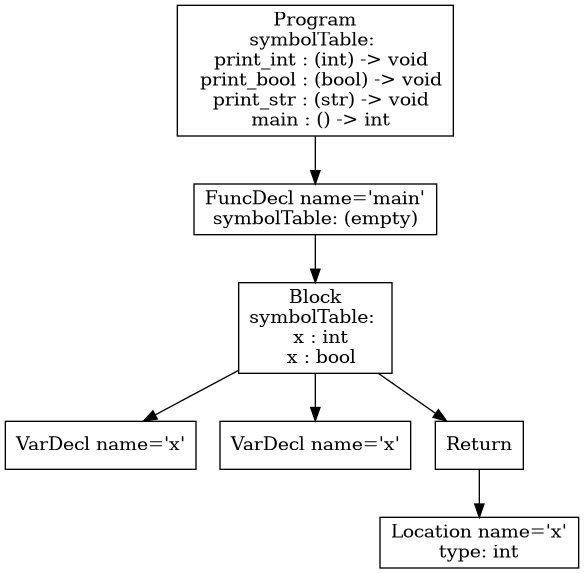
atrim11/CS432 keeps this Graphviz diagram as p3-analysis/tree.png. Above is the earlier version. Its source is kept beside it as p3-analysis/tree.dot.
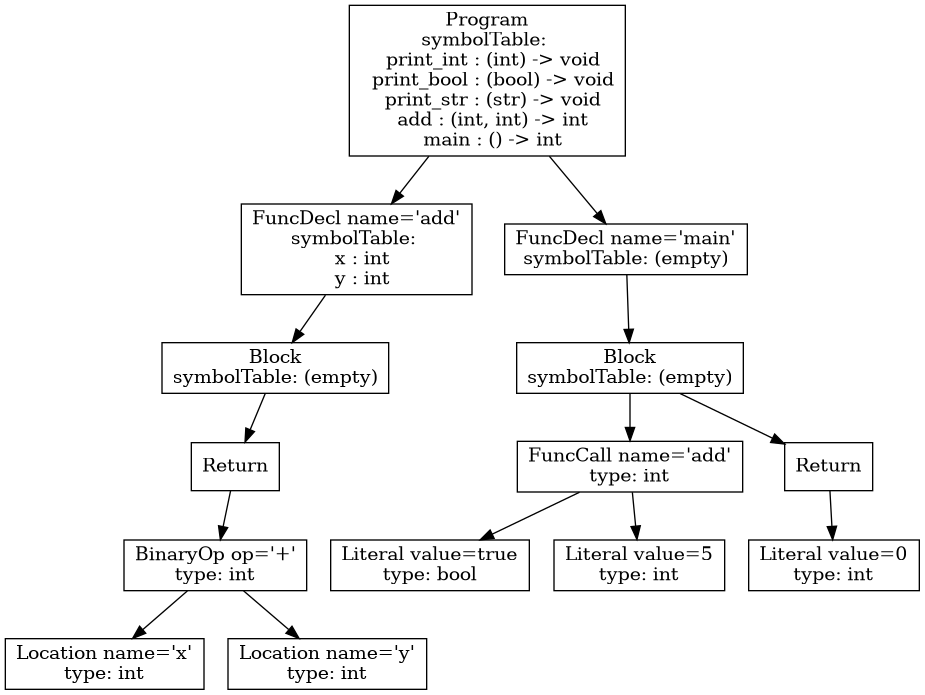
After the change.

Change to the diagram source:
```diff
@@ -1,15 +1,29 @@
 digraph AST {
-3 [shape=box, label="VarDecl name='x'"];
-4 [shape=box, label="VarDecl name='x'"];
-6 [shape=box, label="Location name='x'\ntype: int"];
-5 [shape=box, label="Return"];
-5 -> 6;
-2 [shape=box, label="Block\nsymbolTable: \n  x : int\n  x : bool"];
+5 [shape=box, label="Location name='x'\ntype: int"];
+6 [shape=box, label="Location name='y'\ntype: int"];
+4 [shape=box, label="BinaryOp op='+'\ntype: int"];
+4 -> 5;
+4 -> 6;
+3 [shape=box, label="Return"];
+3 -> 4;
+2 [shape=box, label="Block\nsymbolTable: (empty)"];
 2 -> 3;
-2 -> 4;
-2 -> 5;
-1 [shape=box, label="FuncDecl name='main'\nsymbolTable: (empty)"];
+1 [shape=box, label="FuncDecl name='add'\nsymbolTable: \n  x : int\n  y : int"];
 1 -> 2;
-0 [shape=box, label="Program\nsymbolTable: \n  print_int : (int) -> void\n  print_bool : (bool) -> void\n  print_str : (str) -> void\n  main : () -> int"];
+10 [shape=box, label="Literal value=true\ntype: bool"];
+11 [shape=box, label="Literal value=5\ntype: int"];
+9 [shape=box, label="FuncCall name='add'\ntype: int"];
+9 -> 10;
+9 -> 11;
+13 [shape=box, label="Literal value=0\ntype: int"];
+12 [shape=box, label="Return"];
+12 -> 13;
+8 [shape=box, label="Block\nsymbolTable: (empty)"];
+8 -> 9;
+8 -> 12;
+7 [shape=box, label="FuncDecl name='main'\nsymbolTable: (empty)"];
+7 -> 8;
+0 [shape=box, label="Program\nsymbolTable: \n  print_int : (int) -> void\n  print_bool : (bool) -> void\n  print_str : (str) -> void\n  add : (int, int) -> int\n  main : () -> int"];
 0 -> 1;
+0 -> 7;
 }
```
